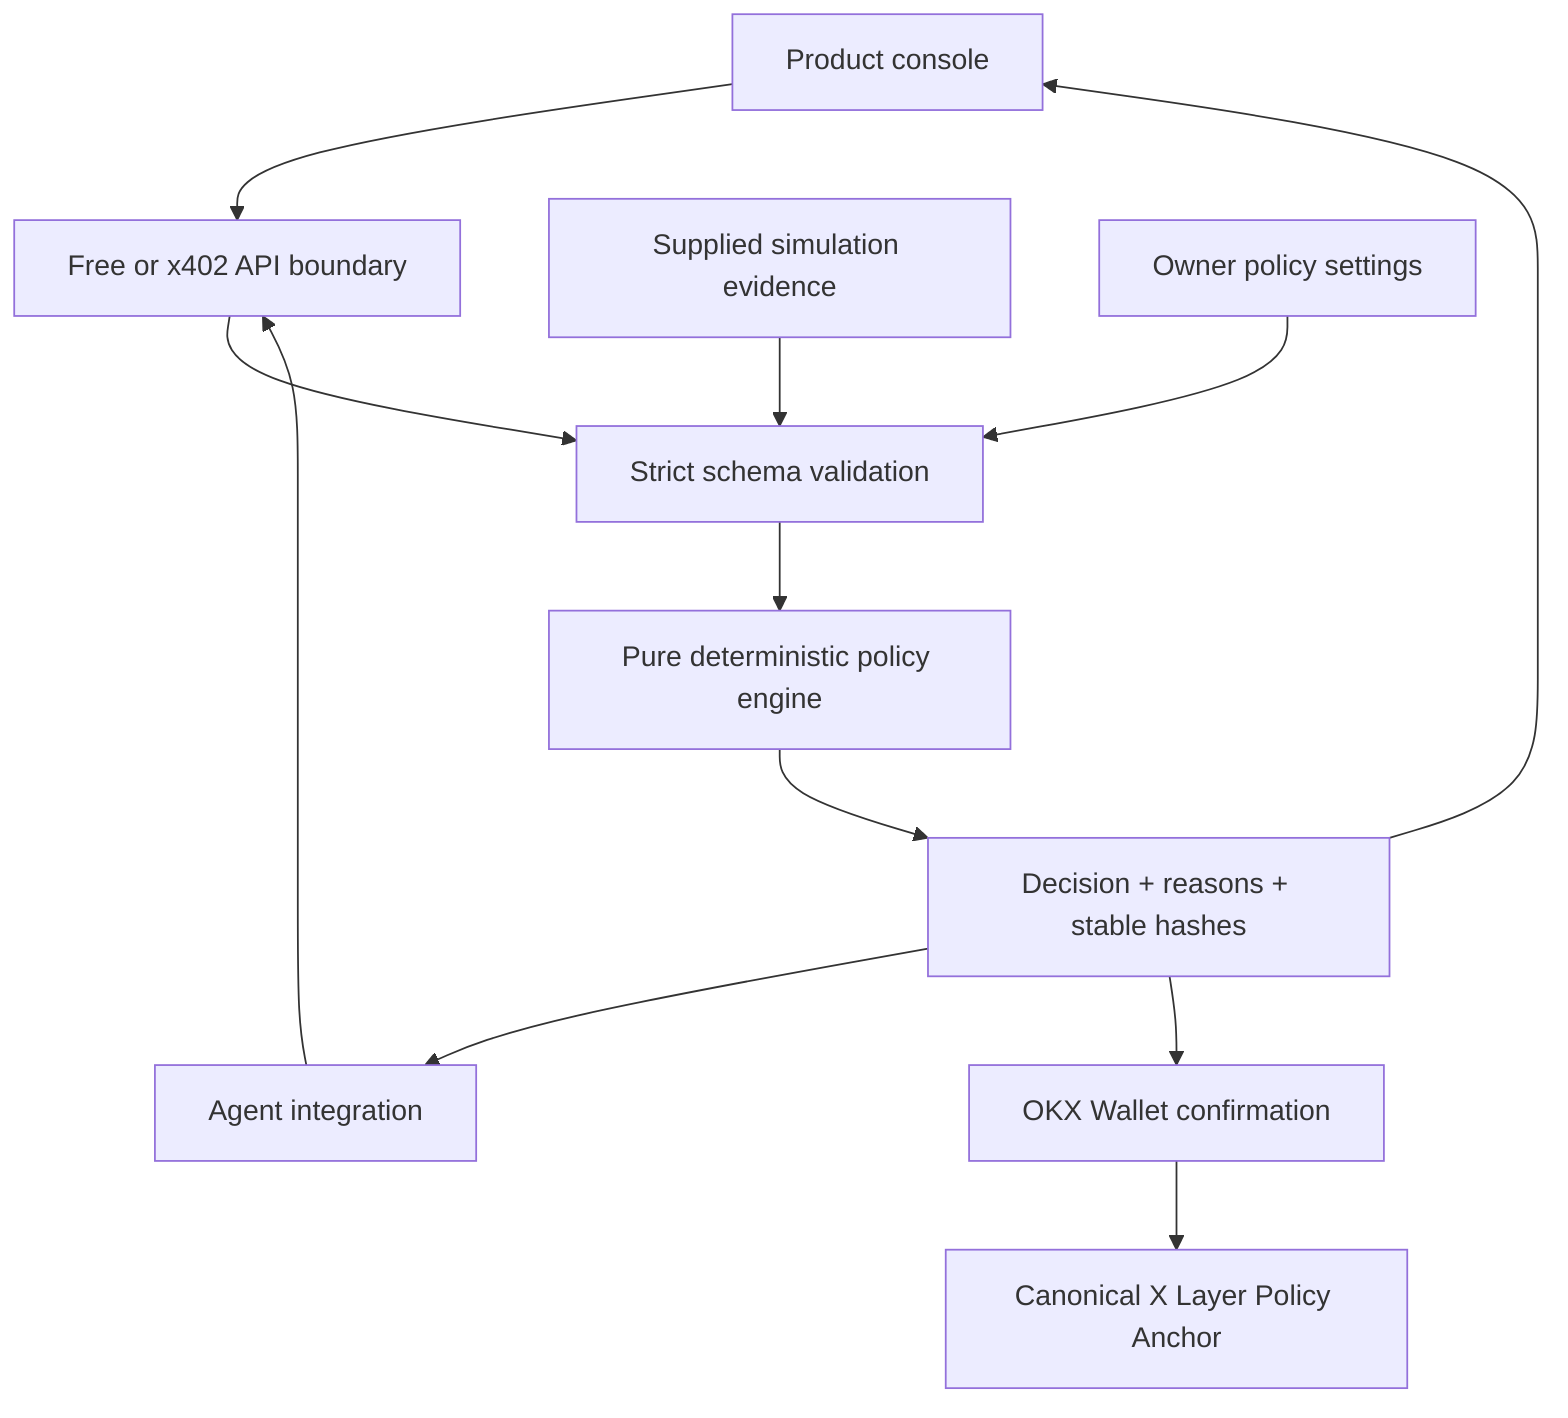
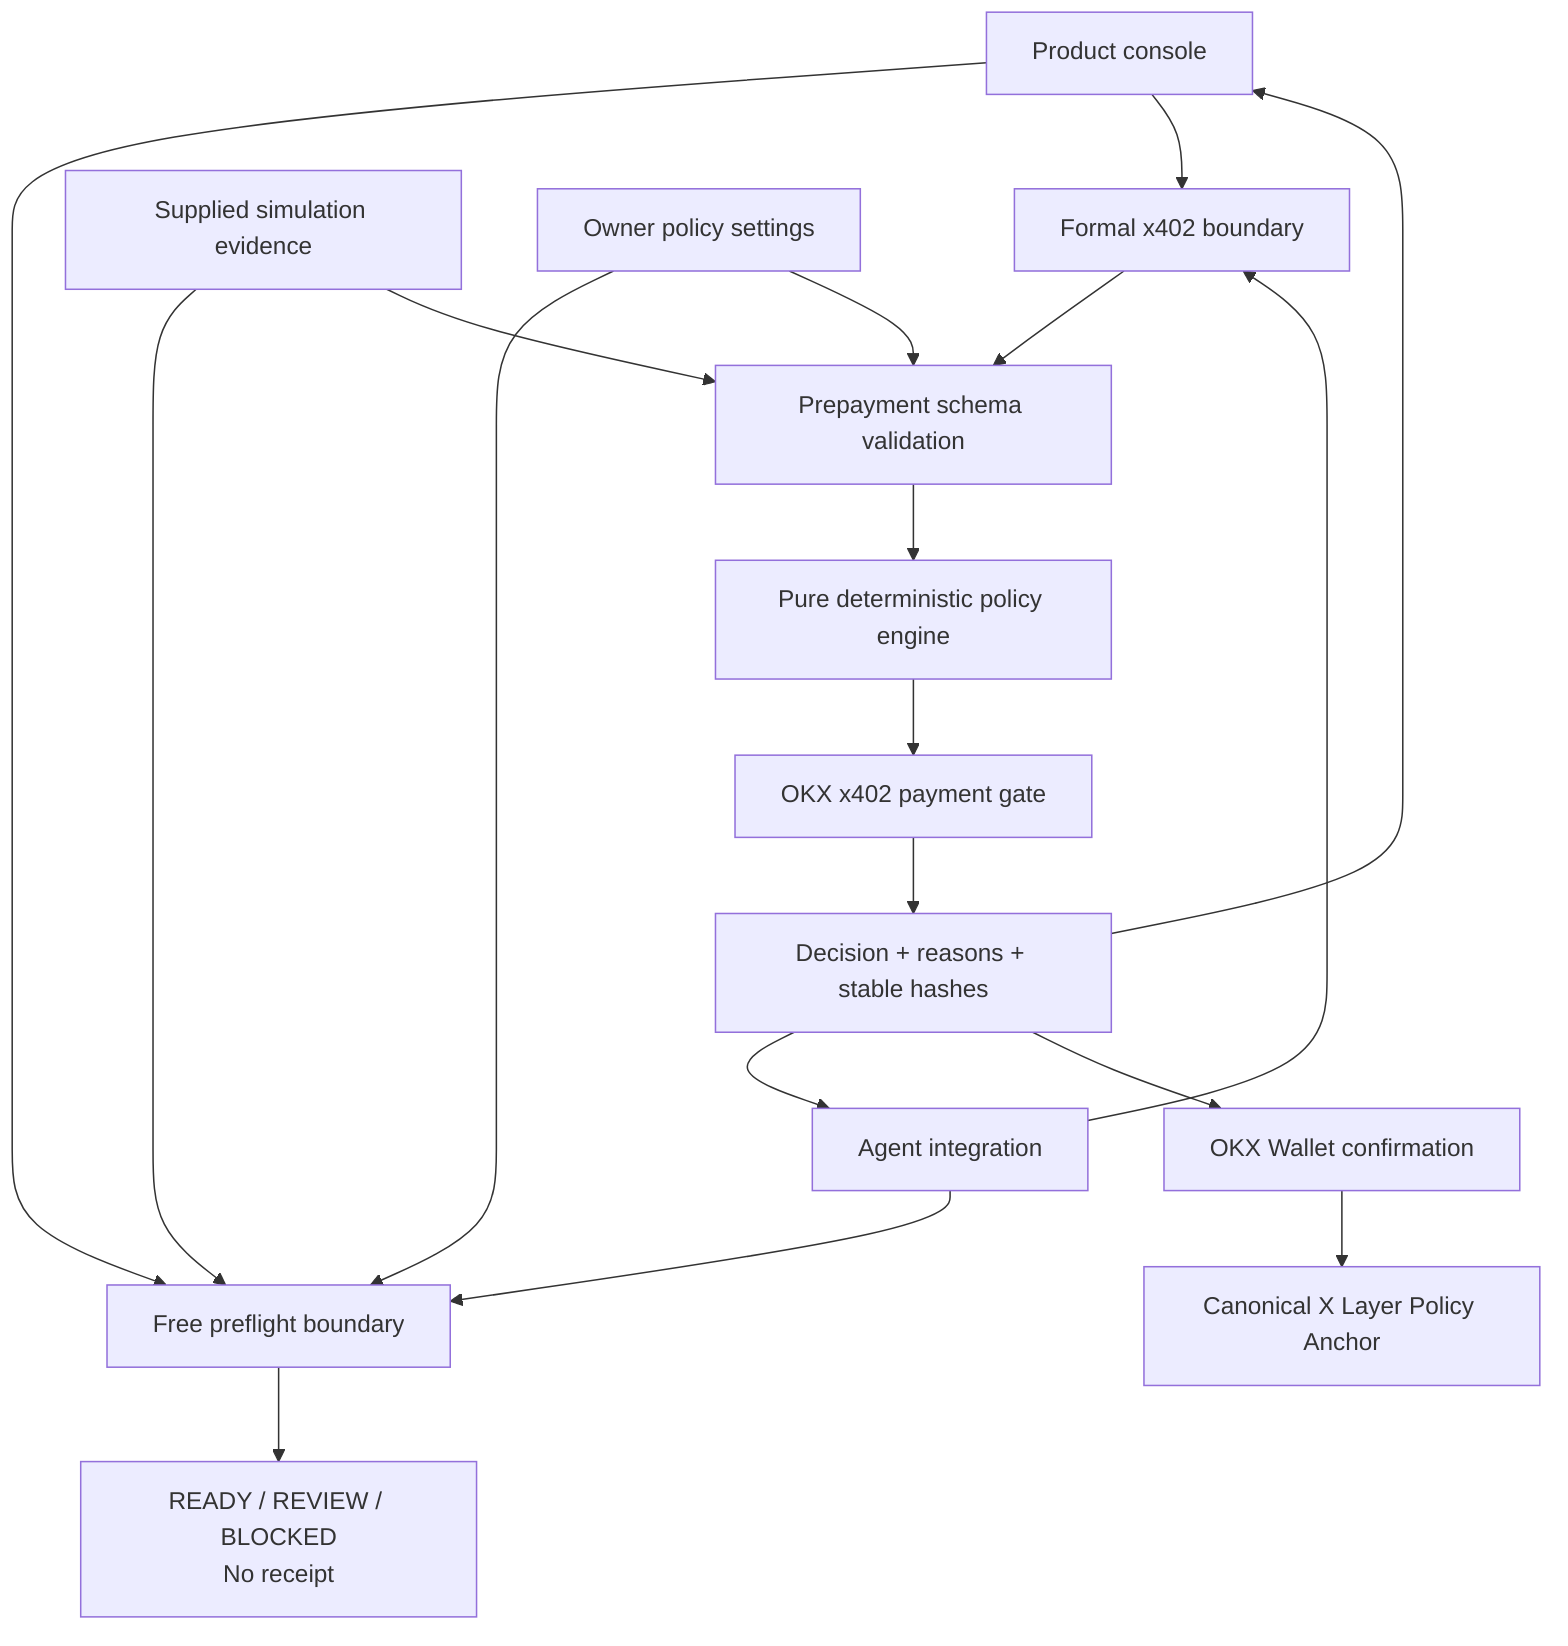
flowchart TB
-   UI["Product console"] --> API["Free or x402 API boundary"]
-   AGENT["Agent integration"] --> API
-   API --> VALIDATE["Strict schema validation"]
+   UI["Product console"] --> PREFLIGHT["Free preflight boundary"]
+   AGENT["Agent integration"] --> PREFLIGHT
+   PREFLIGHT --> COARSE["READY / REVIEW / BLOCKED<br/>No receipt"]
+   UI --> API["Formal x402 boundary"]
+   AGENT --> API
+   API --> VALIDATE["Prepayment schema validation"]
  VALIDATE --> ENGINE["Pure deterministic policy engine"]
-   ENGINE --> RECEIPT["Decision + reasons + stable hashes"]
+   ENGINE --> PAYMENT["OKX x402 payment gate"]
+   PAYMENT --> RECEIPT["Decision + reasons + stable hashes"]
  RECEIPT --> UI
  RECEIPT --> AGENT
  RECEIPT --> WALLET["OKX Wallet confirmation"]
  WALLET --> ANCHOR["Canonical X Layer Policy Anchor"]
-   SIM["Supplied simulation evidence"] --> VALIDATE
-   POLICY["Owner policy settings"] --> VALIDATE
+   SIM["Supplied simulation evidence"] --> PREFLIGHT
+   SIM --> VALIDATE
+   POLICY["Owner policy settings"] --> PREFLIGHT
+   POLICY --> VALIDATE
